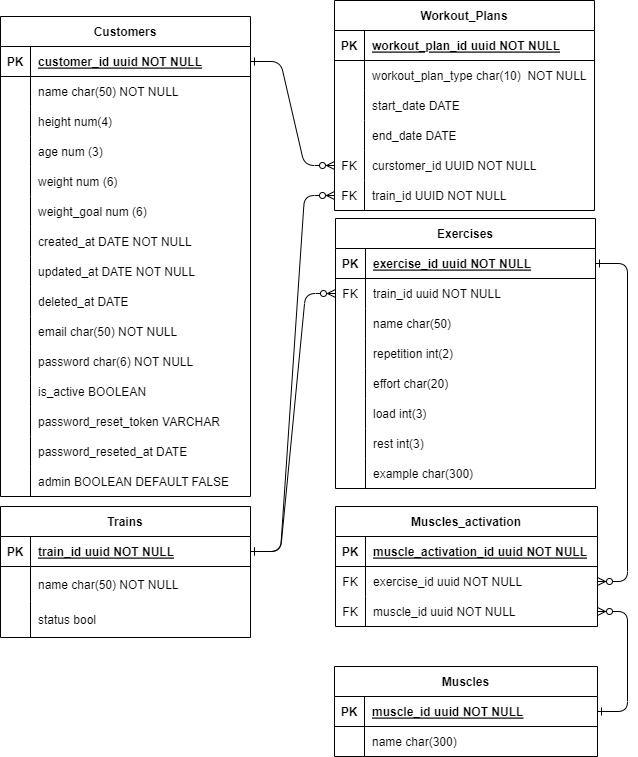
Workout-Project-007-plan/Workout-API keeps this draw.io diagram as DER.png. Above is the earlier version. Source tidied: cells renumbered, new cells last; positions are measured from the earlier drawing's top-left corner, leaving out a move shared by most shapes.
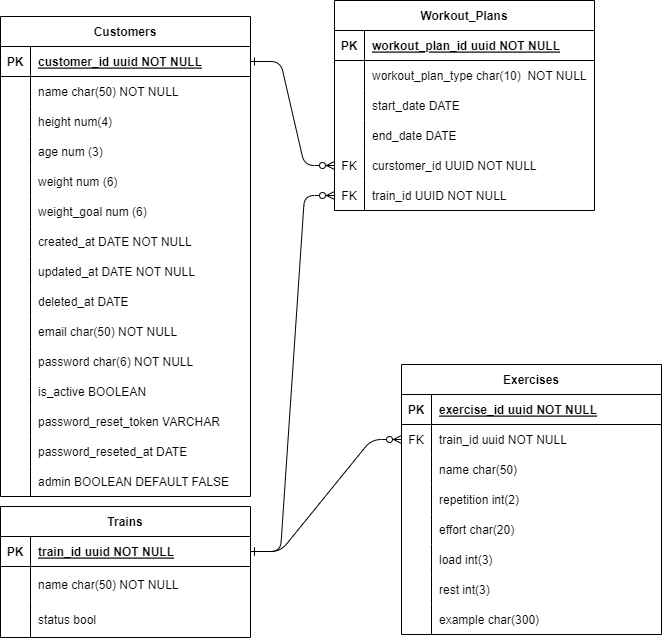
Above is the later version.

What changed in the source:
```diff
@@ -228,7 +228,7 @@
       <mxGeometry x="30" width="220" height="30" as="geometry" />
     </mxCell>
     <mxCell id="77" value="Exercises" style="shape=table;startSize=30;rowLines=0;fontStyle=1;align=center;labelBackgroundColor=none;" parent="1" vertex="1">
-      <mxGeometry x="335" y="218" width="260" height="270" as="geometry" />
+      <mxGeometry x="401" y="364" width="260" height="270" as="geometry" />
     </mxCell>
     <mxCell id="78" style="shape=partialRectangle;fillColor=none;points=[[0,0.5],[1,0.5]];portConstraint=eastwest;top=0;left=0;right=0;bottom=1;labelBackgroundColor=none;" parent="77" vertex="1">
       <mxGeometry y="30" width="260" height="30" as="geometry" />
@@ -309,79 +309,6 @@
         </Array>
       </mxGeometry>
     </mxCell>
-    <mxCell id="103" value="Muscles_activation" style="shape=table;startSize=30;rowLines=0;fontStyle=1;align=center;labelBackgroundColor=none;" parent="1" vertex="1">
-      <mxGeometry x="335" y="506" width="262" height="120" as="geometry" />
-    </mxCell>
-    <mxCell id="104" style="shape=partialRectangle;fillColor=none;top=0;left=0;right=0;bottom=1;labelBackgroundColor=none;" parent="103" vertex="1">
-      <mxGeometry y="30" width="262" height="30" as="geometry" />
-    </mxCell>
-    <mxCell id="105" value="PK" style="shape=partialRectangle;overflow=hidden;fillColor=none;top=0;left=0;bottom=0;right=0;fontStyle=1;labelBackgroundColor=none;" parent="104" vertex="1">
-      <mxGeometry width="30" height="30" as="geometry" />
-    </mxCell>
-    <mxCell id="106" value="muscle_activation_id uuid NOT NULL " style="shape=partialRectangle;overflow=hidden;fillColor=none;top=0;left=0;bottom=0;right=0;align=left;spacingLeft=6;fontStyle=5;labelBackgroundColor=none;" parent="104" vertex="1">
-      <mxGeometry x="30" width="232" height="30" as="geometry" />
-    </mxCell>
-    <mxCell id="107" style="shape=partialRectangle;fillColor=none;points=[[0,0.5],[1,0.5]];portConstraint=eastwest;top=0;left=0;right=0;bottom=0;labelBackgroundColor=none;" parent="103" vertex="1">
-      <mxGeometry y="60" width="262" height="30" as="geometry" />
-    </mxCell>
-    <mxCell id="108" value="FK" style="shape=partialRectangle;overflow=hidden;fillColor=none;top=0;left=0;bottom=0;right=0;labelBackgroundColor=none;" parent="107" vertex="1">
-      <mxGeometry width="30" height="30" as="geometry" />
-    </mxCell>
-    <mxCell id="109" value="exercise_id uuid NOT NULL" style="shape=partialRectangle;overflow=hidden;fillColor=none;top=0;left=0;bottom=0;right=0;align=left;spacingLeft=6;labelBackgroundColor=none;" parent="107" vertex="1">
-      <mxGeometry x="30" width="232" height="30" as="geometry" />
-    </mxCell>
-    <mxCell id="110" style="shape=partialRectangle;fillColor=none;points=[[0,0.5],[1,0.5]];portConstraint=eastwest;top=0;left=0;right=0;bottom=0;labelBackgroundColor=none;" parent="103" vertex="1">
-      <mxGeometry y="90" width="262" height="30" as="geometry" />
-    </mxCell>
-    <mxCell id="111" value="FK" style="shape=partialRectangle;overflow=hidden;fillColor=none;top=0;left=0;bottom=0;right=0;labelBackgroundColor=none;" parent="110" vertex="1">
-      <mxGeometry width="30" height="30" as="geometry" />
-    </mxCell>
-    <mxCell id="112" value="muscle_id uuid NOT NULL" style="shape=partialRectangle;overflow=hidden;fillColor=none;top=0;left=0;bottom=0;right=0;align=left;spacingLeft=6;labelBackgroundColor=none;" parent="110" vertex="1">
-      <mxGeometry x="30" width="232" height="30" as="geometry" />
-    </mxCell>
-    <mxCell id="113" value="Muscles" style="shape=table;startSize=30;rowLines=0;fontStyle=1;align=center;labelBackgroundColor=none;" parent="1" vertex="1">
-      <mxGeometry x="334" y="666" width="263" height="90" as="geometry" />
-    </mxCell>
-    <mxCell id="114" style="shape=partialRectangle;fillColor=none;points=[[0,0.5],[1,0.5]];portConstraint=eastwest;top=0;left=0;right=0;bottom=1;labelBackgroundColor=none;" parent="113" vertex="1">
-      <mxGeometry y="30" width="263" height="30" as="geometry" />
-    </mxCell>
-    <mxCell id="115" value="PK" style="shape=partialRectangle;overflow=hidden;fillColor=none;top=0;left=0;bottom=0;right=0;fontStyle=1;labelBackgroundColor=none;" parent="114" vertex="1">
-      <mxGeometry width="30" height="30" as="geometry" />
-    </mxCell>
-    <mxCell id="116" value="muscle_id uuid NOT NULL " style="shape=partialRectangle;overflow=hidden;fillColor=none;top=0;left=0;bottom=0;right=0;align=left;spacingLeft=6;fontStyle=5;labelBackgroundColor=none;" parent="114" vertex="1">
-      <mxGeometry x="30" width="233" height="30" as="geometry" />
-    </mxCell>
-    <mxCell id="117" style="shape=partialRectangle;fillColor=none;top=0;left=0;right=0;bottom=0;labelBackgroundColor=none;" parent="113" vertex="1">
-      <mxGeometry y="60" width="263" height="30" as="geometry" />
-    </mxCell>
-    <mxCell id="118" style="shape=partialRectangle;overflow=hidden;fillColor=none;top=0;left=0;bottom=0;right=0;labelBackgroundColor=none;" parent="117" vertex="1">
-      <mxGeometry width="30" height="30" as="geometry" />
-    </mxCell>
-    <mxCell id="119" value="name char(300)" style="shape=partialRectangle;overflow=hidden;fillColor=none;top=0;left=0;bottom=0;right=0;align=left;spacingLeft=6;labelBackgroundColor=none;" parent="117" vertex="1">
-      <mxGeometry x="30" width="233" height="30" as="geometry" />
-    </mxCell>
-    <mxCell id="120" style="edgeStyle=entityRelationEdgeStyle;endArrow=ERzeroToMany;startArrow=ERone;endFill=1;startFill=0;exitX=1;exitY=0.5;exitDx=0;exitDy=0;labelBackgroundColor=none;fontColor=default;" parent="1" edge="1" source="78" target="107">
-      <mxGeometry relative="1" as="geometry">
-        <Array as="points">
-          <mxPoint x="650" y="486" />
-          <mxPoint x="660" y="571" />
-        </Array>
-      </mxGeometry>
-    </mxCell>
-    <mxCell id="121" style="edgeStyle=entityRelationEdgeStyle;endArrow=ERzeroToMany;startArrow=ERone;endFill=1;startFill=0;exitX=1;exitY=0.5;exitDx=0;exitDy=0;entryX=1;entryY=0.5;entryDx=0;entryDy=0;labelBackgroundColor=none;fontColor=default;" parent="1" edge="1" source="114" target="110">
-      <mxGeometry relative="1" as="geometry">
-        <Array as="points">
-          <mxPoint x="210" y="716" />
-          <mxPoint x="310" y="696" />
-          <mxPoint x="220" y="656" />
-          <mxPoint x="160" y="706" />
-          <mxPoint x="320" y="636" />
-          <mxPoint x="820" y="591" />
-          <mxPoint x="320" y="646" />
-          <mxPoint x="830" y="676" />
-        </Array>
-      </mxGeometry>
-    </mxCell>
     <mxCell id="122" style="edgeStyle=entityRelationEdgeStyle;endArrow=ERzeroToMany;startArrow=ERone;endFill=1;startFill=0;labelBackgroundColor=none;fontColor=default;exitX=1;exitY=0.5;exitDx=0;exitDy=0;" parent="1" edge="1" source="32" target="x">
       <mxGeometry relative="1" as="geometry">
         <Array as="points">
```
